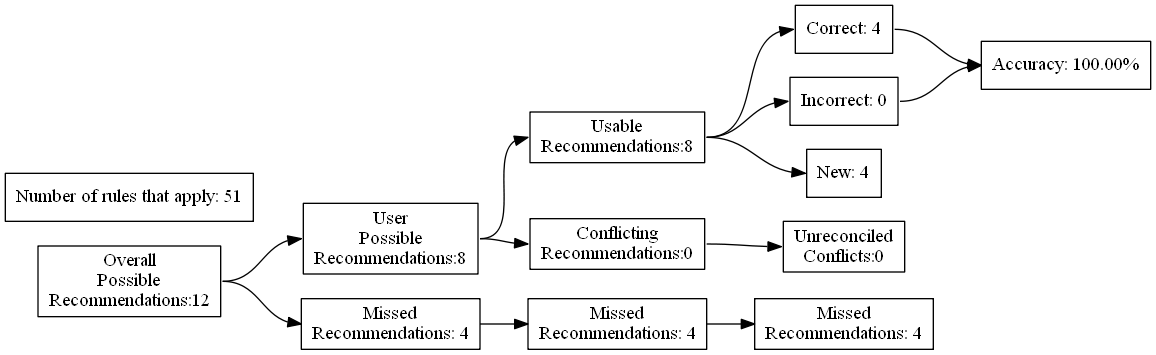
Earlier version of the Graphviz export test_renders/34.gv.png (ZaxR/ibd_diet_analysis). Its source is kept beside it as test_renders/34.gv.
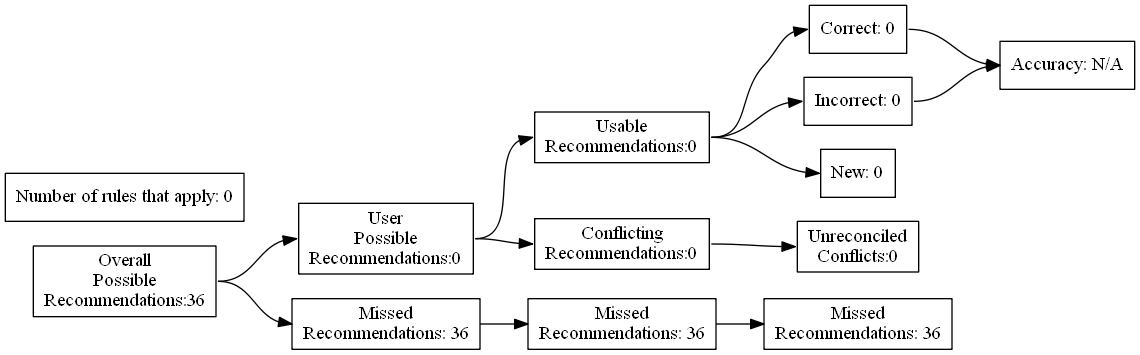
The same diagram one commit later.

Diff of the diagram source:
```diff
@@ -4,27 +4,27 @@
 	edge [headport=w tailport=e]
 		A [label="Overall
 Possible
-Recommendations:12"]
+Recommendations:36"]
 		B [label="User
 Possible
-Recommendations:8"]
+Recommendations:0"]
 		C [label="Missed
-Recommendations: 4"]
+Recommendations: 36"]
 		D [label="Usable
-Recommendations:8"]
+Recommendations:0"]
 		E [label="Conflicting
 Recommendations:0"]
 		J [label="Missed
-Recommendations: 4"]
+Recommendations: 36"]
 		M [label="Unreconciled
 Conflicts:0"]
-		F [label="Correct: 4"]
+		F [label="Correct: 0"]
 		G [label="Incorrect: 0"]
-		H [label="New: 4"]
+		H [label="New: 0"]
 		K [label="Missed
-Recommendations: 4"]
-		I [label="Accuracy: 100.00%"]
-		l [label="Number of rules that apply: 51"]
+Recommendations: 36"]
+		I [label="Accuracy: N/A"]
+		l [label="Number of rules that apply: 0"]
 			A -> B
 			A -> C
 			B -> D
```
